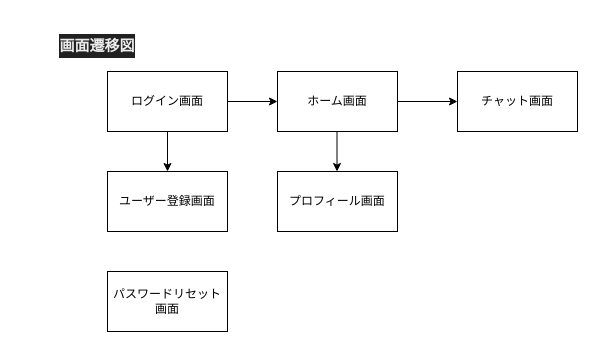
The draw.io diagram docs/ScreenFlowDiagram.drawio in Kazuya-Sakashita/ChatWave, before the edit. Source tidied: cells renumbered, new cells numbered last; positions are measured from the earlier drawing's top-left corner, leaving out a move shared by most shapes. Both pictures are drawn from the tidied source at 100%, with x=0, y=0 at pixel (17, 21).
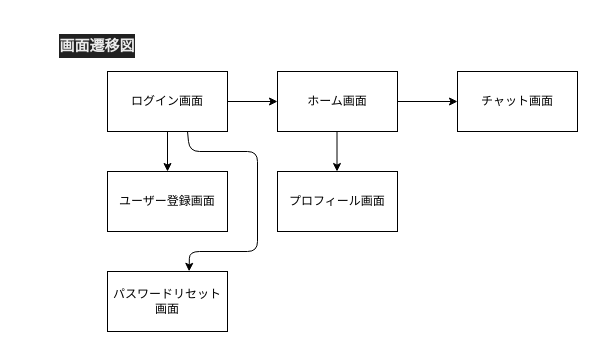
The same page after the edit.

Commit message:
パスワードリセット遷移部分の修正

Diff of the diagram source:
```diff
@@
 <mxGraphModel>
   <root>
     <mxCell id="0" />
     <mxCell id="1" parent="0" />
     <mxCell id="2" value="ログイン画面" style="rounded=0;whiteSpace=wrap;html=1;" parent="1" vertex="1">
       <mxGeometry x="90" y="50" width="120" height="60" as="geometry" />
     </mxCell>
     <mxCell id="3" style="edgeStyle=none;html=1;" parent="1" edge="1" source="4" target="7">
       <mxGeometry relative="1" as="geometry" />
     </mxCell>
     <mxCell id="4" value="ホーム画面" style="rounded=0;whiteSpace=wrap;html=1;" parent="1" vertex="1">
       <mxGeometry x="260" y="50" width="120" height="60" as="geometry" />
     </mxCell>
     <mxCell id="5" value="ユーザー登録画面" style="rounded=0;whiteSpace=wrap;html=1;" parent="1" vertex="1">
       <mxGeometry x="90" y="150" width="120" height="60" as="geometry" />
     </mxCell>
     <mxCell id="6" value="プロフィール画面" style="rounded=0;whiteSpace=wrap;html=1;" parent="1" vertex="1">
       <mxGeometry x="260" y="150" width="120" height="60" as="geometry" />
     </mxCell>
     <mxCell id="7" value="チャット画面" style="rounded=0;whiteSpace=wrap;html=1;" parent="1" vertex="1">
       <mxGeometry x="440" y="50" width="120" height="60" as="geometry" />
     </mxCell>
     <mxCell id="8" value="パスワードリセット画面" style="rounded=0;whiteSpace=wrap;html=1;" parent="1" vertex="1">
       <mxGeometry x="90" y="250" width="120" height="60" as="geometry" />
     </mxCell>
     <mxCell id="9" style="endArrow=classic;html=1;exitX=0.5;exitY=1;exitDx=0;exitDy=0;entryX=0.5;entryY=0;entryDx=0;entryDy=0;" parent="1" edge="1" source="2" target="5">
       <mxGeometry relative="1" as="geometry" />
     </mxCell>
     <mxCell id="10" style="endArrow=classic;html=1;exitX=1;exitY=0.5;exitDx=0;exitDy=0;entryX=0;entryY=0.5;entryDx=0;entryDy=0;" parent="1" edge="1" source="2" target="4">
       <mxGeometry relative="1" as="geometry" />
     </mxCell>
     <mxCell id="11" style="endArrow=classic;html=1;exitX=0.5;exitY=1;exitDx=0;exitDy=0;entryX=0.5;entryY=0;entryDx=0;entryDy=0;" parent="1" edge="1">
       <mxGeometry relative="1" as="geometry">
         <mxPoint x="319.5" y="110" as="sourcePoint" />
         <mxPoint x="319.5" y="150" as="targetPoint" />
       </mxGeometry>
     </mxCell>
     <mxCell id="12" value="&lt;h3 style=&quot;border: 0px solid rgb(227, 227, 227); box-sizing: border-box; --tw-border-spacing-x: 0; --tw-border-spacing-y: 0; --tw-translate-x: 0; --tw-translate-y: 0; --tw-rotate: 0; --tw-skew-x: 0; --tw-skew-y: 0; --tw-scale-x: 1; --tw-scale-y: 1; --tw-pan-x: ; --tw-pan-y: ; --tw-pinch-zoom: ; --tw-scroll-snap-strictness: proximity; --tw-gradient-from-position: ; --tw-gradient-via-position: ; --tw-gradient-to-position: ; --tw-ordinal: ; --tw-slashed-zero: ; --tw-numeric-figure: ; --tw-numeric-spacing: ; --tw-numeric-fraction: ; --tw-ring-inset: ; --tw-ring-offset-width: 0px; --tw-ring-offset-color: #fff; --tw-ring-color: rgba(69,89,164,.5); --tw-ring-offset-shadow: 0 0 transparent; --tw-ring-shadow: 0 0 transparent; --tw-shadow: 0 0 transparent; --tw-shadow-colored: 0 0 transparent; --tw-blur: ; --tw-brightness: ; --tw-contrast: ; --tw-grayscale: ; --tw-hue-rotate: ; --tw-invert: ; --tw-saturate: ; --tw-sepia: ; --tw-drop-shadow: ; --tw-backdrop-blur: ; --tw-backdrop-brightness: ; --tw-backdrop-contrast: ; --tw-backdrop-grayscale: ; --tw-backdrop-hue-rotate: ; --tw-backdrop-invert: ; --tw-backdrop-opacity: ; --tw-backdrop-saturate: ; --tw-backdrop-sepia: ; --tw-contain-size: ; --tw-contain-layout: ; --tw-contain-paint: ; --tw-contain-style: ; font-size: 1.25em; margin: 1rem 0px 0.5rem; line-height: 1.6; color: rgb(236, 236, 236); font-family: ui-sans-serif, -apple-system, system-ui, &amp;quot;Segoe UI&amp;quot;, Roboto, Ubuntu, Cantarell, &amp;quot;Noto Sans&amp;quot;, sans-serif, Helvetica, &amp;quot;Apple Color Emoji&amp;quot;, Arial, &amp;quot;Segoe UI Emoji&amp;quot;, &amp;quot;Segoe UI Symbol&amp;quot;; text-align: start; background-color: rgb(33, 33, 33);&quot;&gt;画面遷移図&lt;/h3&gt;" style="text;html=1;strokeColor=none;fillColor=none;align=center;verticalAlign=middle;whiteSpace=wrap;rounded=0;" parent="1" vertex="1">
       <mxGeometry width="160" height="40" as="geometry" />
     </mxCell>
+    <mxCell id="13" style="endArrow=classic;html=1;exitX=0.5;exitY=1;exitDx=0;exitDy=0;entryX=0.68;entryY=-0.003;entryDx=0;entryDy=0;entryPerimeter=0;" parent="1" edge="1" target="8">
+      <mxGeometry relative="1" as="geometry">
+        <mxPoint x="170" y="110" as="sourcePoint" />
+        <Array as="points">
+          <mxPoint x="172" y="130" />
+          <mxPoint x="240" y="130" />
+          <mxPoint x="240" y="230" />
+          <mxPoint x="172" y="230" />
+        </Array>
+      </mxGeometry>
+    </mxCell>
   </root>
 </mxGraphModel>
```
